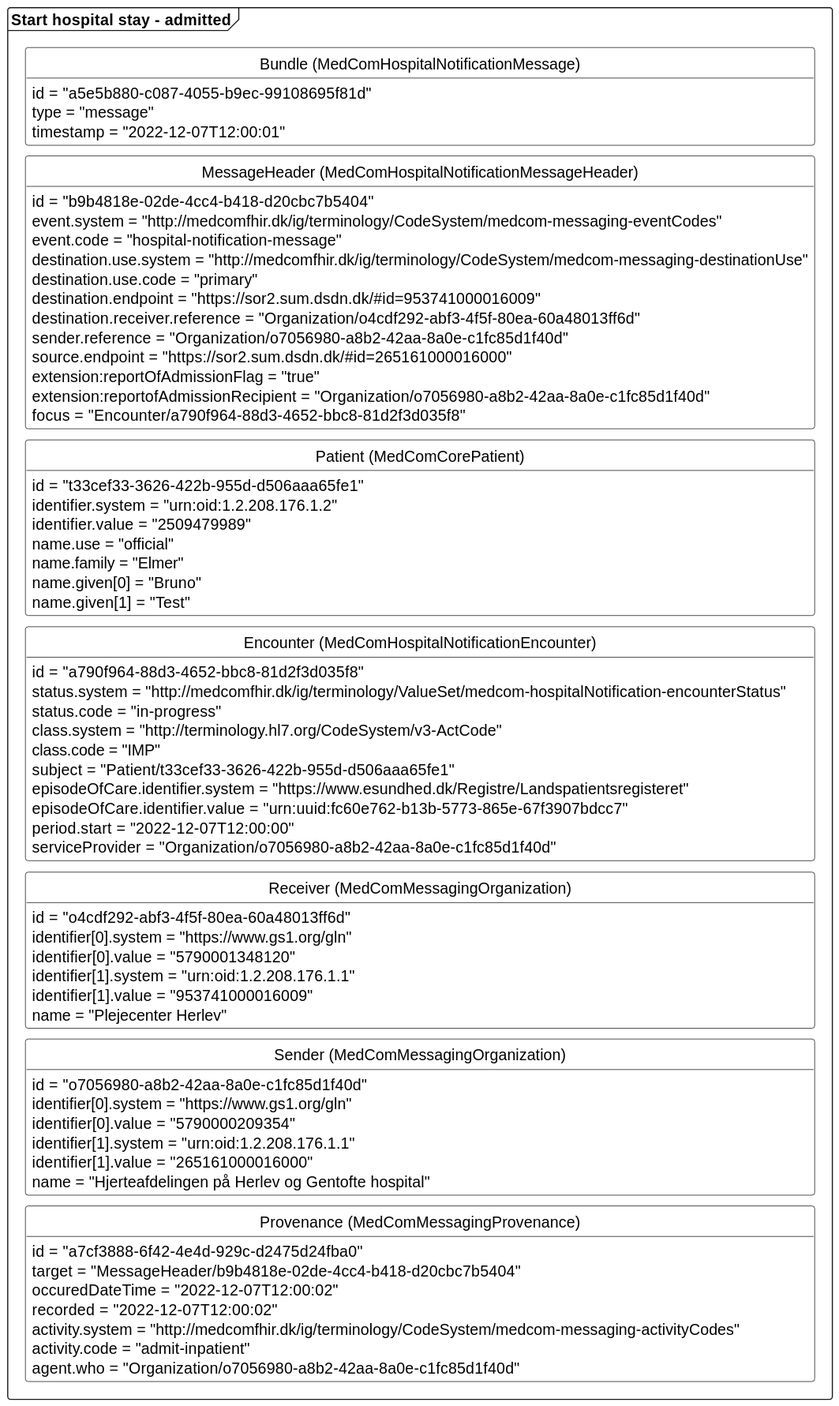
Before: input/images/hospitalnotification/HNAdmitInPat.svg, a diagram exported from PlantUML (medcomdk/dk-medcom-hospitalnotification).
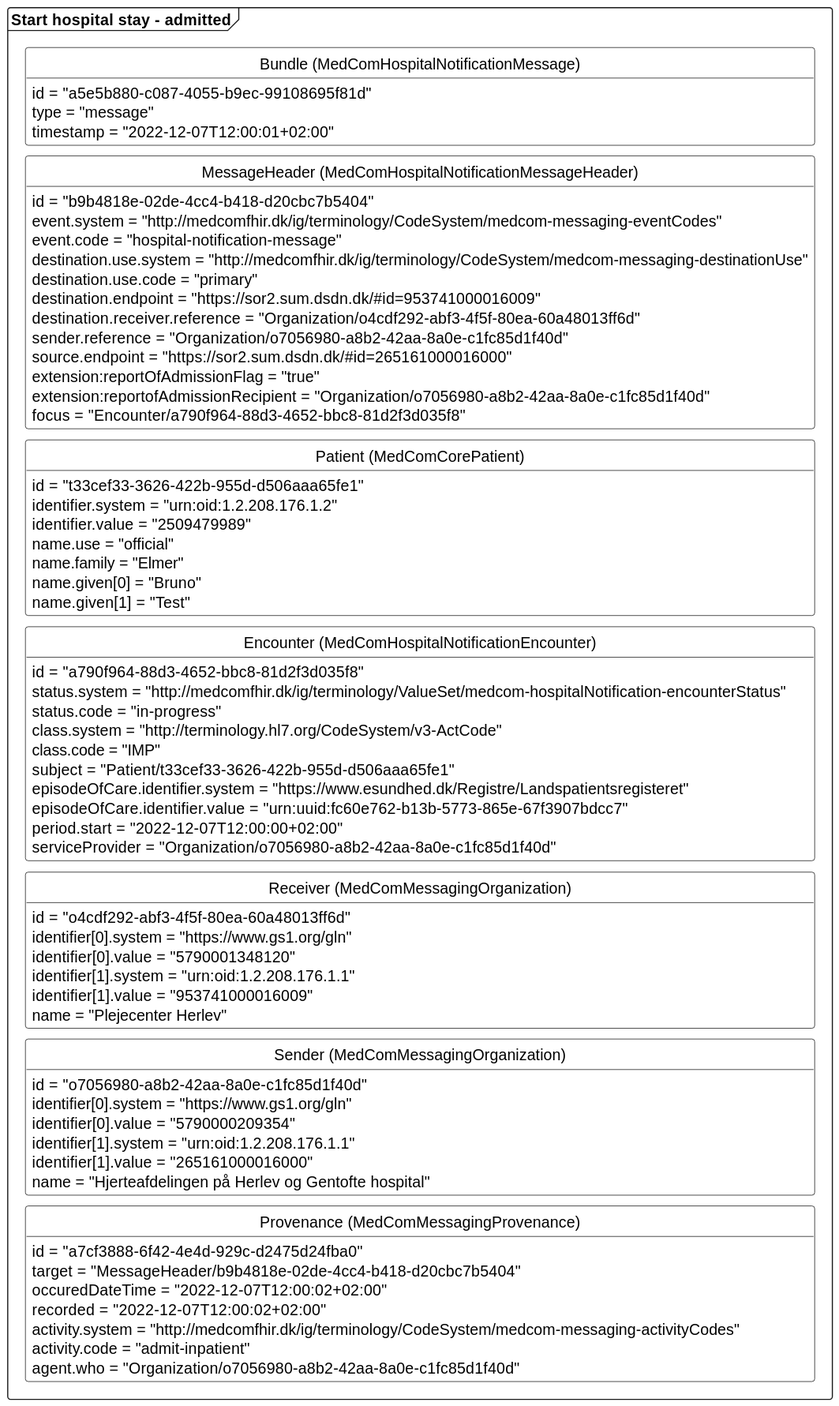
After the commit.

The edit, as a diff of the source:
```diff
@@ -14,7 +14,7 @@
     class "Bundle (MedComHospitalNotificationMessage)" as admitB{
         id = "a5e5b880-c087-4055-b9ec-99108695f81d"
         type = "message"
-        timestamp = "2022-12-07T12:00:01"
+        timestamp = "2022-12-07T12:00:01+02:00"
     }
     class "MessageHeader (MedComHospitalNotificationMessageHeader)" as admitMH{
         id = "b9b4818e-02de-4cc4-b418-d20cbc7b5404"
@@ -48,7 +48,7 @@
         subject = "Patient/t33cef33-3626-422b-955d-d506aaa65fe1"
         episodeOfCare.identifier.system = "https://www.esundhed.dk/Registre/Landspatientsregisteret"
         episodeOfCare.identifier.value = "urn:uuid:fc60e762-b13b-5773-865e-67f3907bdcc7"
-        period.start = "2022-12-07T12:00:00"
+        period.start = "2022-12-07T12:00:00+02:00"
         serviceProvider = "Organization/o7056980-a8b2-42aa-8a0e-c1fc85d1f40d"
     }
     class "Receiver (MedComMessagingOrganization)" as admitROrg{
@@ -70,8 +70,8 @@
     class "Provenance (MedComMessagingProvenance)" as admitPRO{
         id = "a7cf3888-6f42-4e4d-929c-d2475d24fba0"
         target = "MessageHeader/b9b4818e-02de-4cc4-b418-d20cbc7b5404"
-        occuredDateTime = "2022-12-07T12:00:02"
-        recorded = "2022-12-07T12:00:02"
+        occuredDateTime = "2022-12-07T12:00:02+02:00"
+        recorded = "2022-12-07T12:00:02+02:00"
         activity.system = "http://medcomfhir.dk/ig/terminology/CodeSystem/medcom-messaging-activityCodes"
         activity.code = "admit-inpatient"
         agent.who = "Organization/o7056980-a8b2-42aa-8a0e-c1fc85d1f40d"
```
